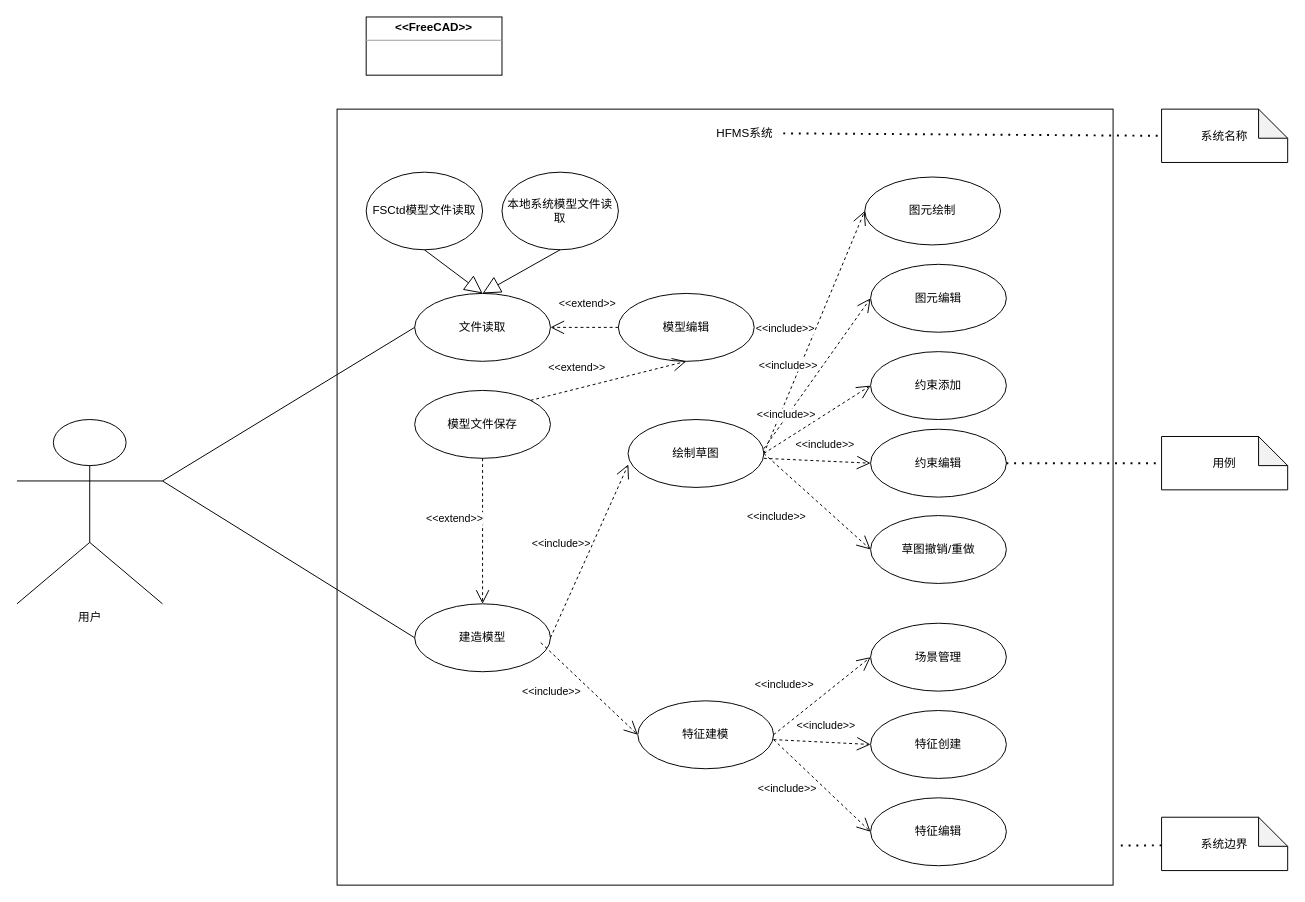
This is 用例图.drawio from liuhuliuhu123/First-test, a draw.io file, before an edit. Source tidied: cells renumbered, new cells numbered last; positions are measured from the earlier drawing's top-left corner, leaving out a move shared by most shapes. Both pictures are drawn from the tidied source at 97%, with x=0, y=0 at pixel (16, 16).
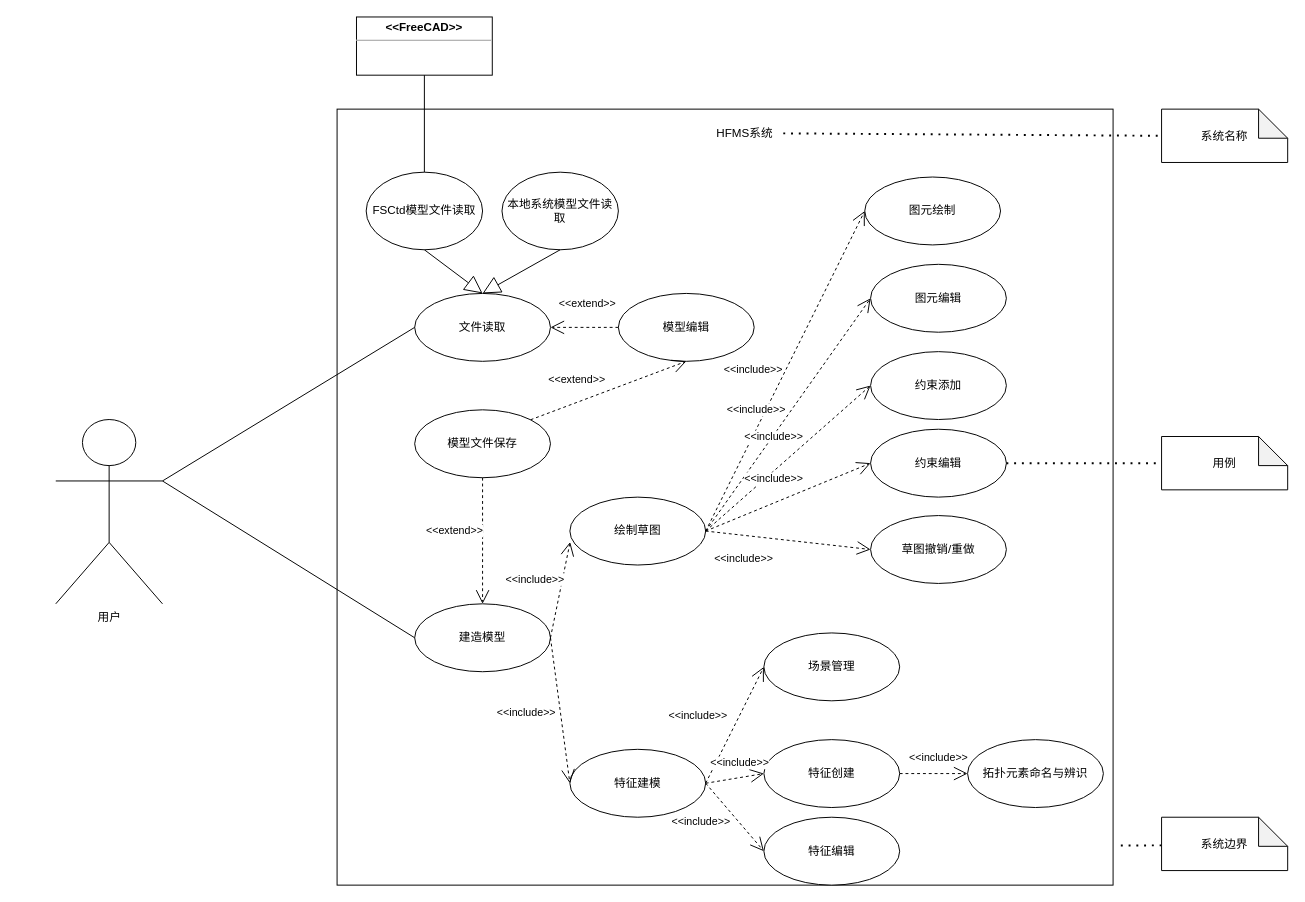
After the change.

Commit message (it also covers changes not shown here):
更新用例图.drawio

Unchanged cells that the change refers to:
```xml
<mxCell id="7" value="FSCtd模型文件读取" style="ellipse;whiteSpace=wrap;html=1;" parent="1" vertex="1">
  <mxGeometry x="360" y="160" width="120" height="80" as="geometry" />
</mxCell>
<mxCell id="11" value="建造模型" style="ellipse;whiteSpace=wrap;html=1;" parent="1" vertex="1">
  <mxGeometry x="410" y="605" width="140" height="70" as="geometry" />
</mxCell>
<mxCell id="28" value="图元编辑" style="ellipse;whiteSpace=wrap;html=1;" parent="1" vertex="1">
  <mxGeometry x="880" y="255" width="140" height="70" as="geometry" />
</mxCell>
<mxCell id="29" value="约束编辑" style="ellipse;whiteSpace=wrap;html=1;" parent="1" vertex="1">
  <mxGeometry x="880" y="425" width="140" height="70" as="geometry" />
</mxCell>
<mxCell id="38" style="endArrow=open;endFill=1;endSize=12;html=1;rounded=0;exitX=1;exitY=0.5;exitDx=0;exitDy=0;dashed=1;entryX=0;entryY=0.5;entryDx=0;entryDy=0;" parent="1" edge="1" source="26" target="23">
  <mxGeometry relative="1" as="geometry" />
</mxCell>
```

Change to the diagram source:
```diff
@@
     <mxCell id="3" value="用户" style="shape=umlActor;verticalLabelPosition=bottom;verticalAlign=top;html=1;" parent="1" vertex="1">
-      <mxGeometry y="415" width="150" height="190" as="geometry" />
+      <mxGeometry x="40" y="415" width="110" height="190" as="geometry" />
     </mxCell>
     <mxCell id="4" value="&lt;p style=&quot;margin:0px;margin-top:4px;text-align:center;&quot;&gt;&lt;b&gt;&amp;lt;&amp;lt;FreeCAD&amp;gt;&amp;gt;&lt;/b&gt;&lt;/p&gt;&lt;hr size=&quot;1&quot;&gt;&lt;div style=&quot;height:2px;&quot;&gt;&lt;/div&gt;" style="verticalAlign=top;align=left;overflow=fill;fontSize=12;fontFamily=Helvetica;html=1;whiteSpace=wrap;" parent="1" vertex="1">
-      <mxGeometry x="360" width="140" height="60" as="geometry" />
+      <mxGeometry x="350" width="140" height="60" as="geometry" />
     </mxCell>
@@
     <mxCell id="15" value="模型文件保存" style="ellipse;whiteSpace=wrap;html=1;" parent="1" vertex="1">
-      <mxGeometry x="410" y="385" width="140" height="70" as="geometry" />
+      <mxGeometry x="410" y="405" width="140" height="70" as="geometry" />
     </mxCell>
@@
     <mxCell id="20" value="特征建模" style="ellipse;whiteSpace=wrap;html=1;" parent="1" vertex="1">
-      <mxGeometry x="640" y="705" width="140" height="70" as="geometry" />
+      <mxGeometry x="570" y="755" width="140" height="70" as="geometry" />
     </mxCell>
     <mxCell id="21" value="特征创建" style="ellipse;whiteSpace=wrap;html=1;" parent="1" vertex="1">
-      <mxGeometry x="880" y="715" width="140" height="70" as="geometry" />
+      <mxGeometry x="770" y="745" width="140" height="70" as="geometry" />
     </mxCell>
     <mxCell id="22" value="特征编辑" style="ellipse;whiteSpace=wrap;html=1;" parent="1" vertex="1">
-      <mxGeometry x="880" y="805" width="140" height="70" as="geometry" />
+      <mxGeometry x="770" y="825" width="140" height="70" as="geometry" />
     </mxCell>
@@
     <mxCell id="26" value="绘制草图" style="ellipse;whiteSpace=wrap;html=1;" parent="1" vertex="1">
-      <mxGeometry x="630" y="415" width="140" height="70" as="geometry" />
+      <mxGeometry x="570" y="495" width="140" height="70" as="geometry" />
     </mxCell>
     <mxCell id="27" value="场景管理" style="ellipse;whiteSpace=wrap;html=1;" parent="1" vertex="1">
-      <mxGeometry x="880" y="625" width="140" height="70" as="geometry" />
+      <mxGeometry x="770" y="635" width="140" height="70" as="geometry" />
     </mxCell>
@@
-    <mxCell id="32" style="endArrow=open;endFill=1;endSize=12;html=1;rounded=0;dashed=1;entryX=0;entryY=0.5;entryDx=0;entryDy=0;" parent="1" edge="1" target="20">
-      <mxGeometry relative="1" as="geometry">
-        <mxPoint x="540" y="645" as="sourcePoint" />
-      </mxGeometry>
+    <mxCell id="32" style="endArrow=open;endFill=1;endSize=12;html=1;rounded=0;dashed=1;entryX=0;entryY=0.5;entryDx=0;entryDy=0;exitX=1;exitY=0.5;exitDx=0;exitDy=0;" parent="1" edge="1" source="11" target="20">
+      <mxGeometry relative="1" as="geometry" />
     </mxCell>
@@
-    <mxCell id="36" style="endArrow=open;endFill=1;endSize=12;html=1;rounded=0;dashed=1;entryX=0;entryY=0.5;entryDx=0;entryDy=0;" parent="1" edge="1" target="28">
-      <mxGeometry relative="1" as="geometry">
-        <mxPoint x="770" y="445" as="sourcePoint" />
-      </mxGeometry>
+    <mxCell id="36" style="endArrow=open;endFill=1;endSize=12;html=1;rounded=0;dashed=1;entryX=0;entryY=0.5;entryDx=0;entryDy=0;exitX=1;exitY=0.5;exitDx=0;exitDy=0;" parent="1" edge="1" source="26" target="28">
+      <mxGeometry relative="1" as="geometry" />
     </mxCell>
@@
     <mxCell id="39" value="&amp;lt;&amp;lt;include&amp;gt;&amp;gt;" style="edgeLabel;html=1;align=center;verticalAlign=middle;" parent="38" vertex="1">
       <mxGeometry x="-0.09" y="2" relative="1" as="geometry">
-        <mxPoint x="-26" y="-7" as="offset" />
+        <mxPoint x="-6" y="-28" as="offset" />
       </mxGeometry>
     </mxCell>
-    <mxCell id="40" style="endArrow=open;endFill=1;endSize=12;html=1;rounded=0;dashed=1;entryX=0;entryY=0.5;entryDx=0;entryDy=0;" parent="1" edge="1" target="29">
-      <mxGeometry relative="1" as="geometry">
-        <mxPoint x="770" y="455" as="sourcePoint" />
-      </mxGeometry>
+    <mxCell id="40" style="endArrow=open;endFill=1;endSize=12;html=1;rounded=0;dashed=1;entryX=0;entryY=0.5;entryDx=0;entryDy=0;exitX=1;exitY=0.5;exitDx=0;exitDy=0;" parent="1" edge="1" source="26" target="29">
+      <mxGeometry relative="1" as="geometry" />
     </mxCell>
     <mxCell id="41" value="&amp;lt;&amp;lt;include&amp;gt;&amp;gt;" style="edgeLabel;html=1;align=center;verticalAlign=middle;" parent="40" vertex="1">
       <mxGeometry x="-0.09" y="2" relative="1" as="geometry">
-        <mxPoint x="12" y="-15" as="offset" />
+        <mxPoint x="-7" y="-21" as="offset" />
       </mxGeometry>
     </mxCell>
@@
-    <mxCell id="46" style="endArrow=open;endFill=1;endSize=12;html=1;rounded=0;dashed=1;entryX=0;entryY=0.5;entryDx=0;entryDy=0;" parent="1" edge="1" target="21">
-      <mxGeometry relative="1" as="geometry">
-        <mxPoint x="780" y="745" as="sourcePoint" />
-      </mxGeometry>
+    <mxCell id="46" style="endArrow=open;endFill=1;endSize=12;html=1;rounded=0;dashed=1;entryX=0;entryY=0.5;entryDx=0;entryDy=0;exitX=1;exitY=0.5;exitDx=0;exitDy=0;" parent="1" edge="1" source="20" target="21">
+      <mxGeometry relative="1" as="geometry" />
     </mxCell>
@@
-    <mxCell id="48" style="endArrow=open;endFill=1;endSize=12;html=1;rounded=0;dashed=1;entryX=0;entryY=0.5;entryDx=0;entryDy=0;" parent="1" edge="1" target="22">
-      <mxGeometry relative="1" as="geometry">
-        <mxPoint x="780" y="745" as="sourcePoint" />
-      </mxGeometry>
+    <mxCell id="48" style="endArrow=open;endFill=1;endSize=12;html=1;rounded=0;dashed=1;entryX=0;entryY=0.5;entryDx=0;entryDy=0;exitX=1;exitY=0.5;exitDx=0;exitDy=0;" parent="1" edge="1" source="20" target="22">
+      <mxGeometry relative="1" as="geometry" />
     </mxCell>
@@
+    <mxCell id="58" value="拓扑元素命名与辨识" style="ellipse;whiteSpace=wrap;html=1;" parent="1" vertex="1">
+      <mxGeometry x="980" y="745" width="140" height="70" as="geometry" />
+    </mxCell>
+    <mxCell id="59" style="endArrow=open;endFill=1;endSize=12;html=1;rounded=0;dashed=1;entryX=0;entryY=0.5;entryDx=0;entryDy=0;exitX=1;exitY=0.5;exitDx=0;exitDy=0;" parent="1" edge="1" source="21" target="58">
+      <mxGeometry relative="1" as="geometry" />
+    </mxCell>
+    <mxCell id="60" value="&amp;lt;&amp;lt;include&amp;gt;&amp;gt;" style="edgeLabel;html=1;align=center;verticalAlign=middle;" parent="59" vertex="1">
+      <mxGeometry x="-0.09" y="2" relative="1" as="geometry">
+        <mxPoint x="7" y="-15" as="offset" />
+      </mxGeometry>
+    </mxCell>
+    <mxCell id="61" style="endArrow=none;html=1;rounded=0;entryX=0.5;entryY=1;entryDx=0;entryDy=0;" parent="1" edge="1" source="7" target="4">
+      <mxGeometry relative="1" as="geometry" />
+    </mxCell>
```
